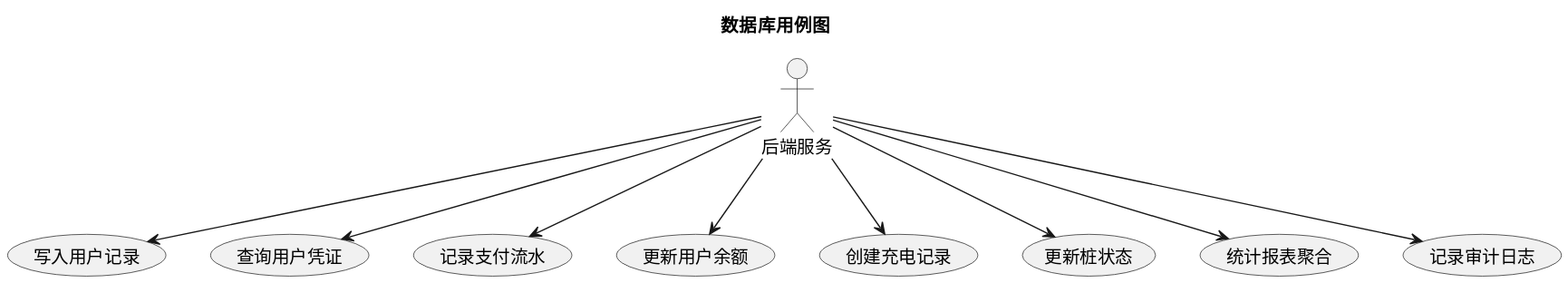
Before: usecase/docs/database/img/database_usecases.svg, a diagram exported from PlantUML (greenhandzdl/charging-station-doc).
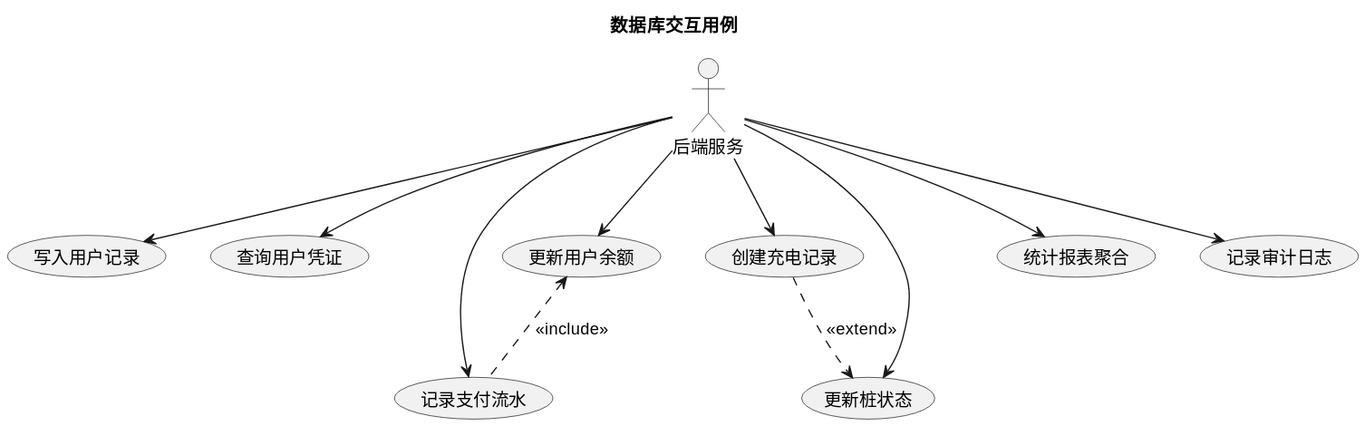
Above is the later version.

What changed in the source:
```diff
@@ -1,5 +1,5 @@
 @startuml
-title 数据库用例图
+title 数据库交互用例
 skinparam useCaseShape rectangle
 
 actor "后端服务" as BE
@@ -21,4 +21,7 @@
 BE --> UC6
 BE --> UC7
 BE --> UC8
+
+UC4 <.down. UC3 : <<include>>
+UC5 ..> UC6 : <<extend>>
 @enduml
```
